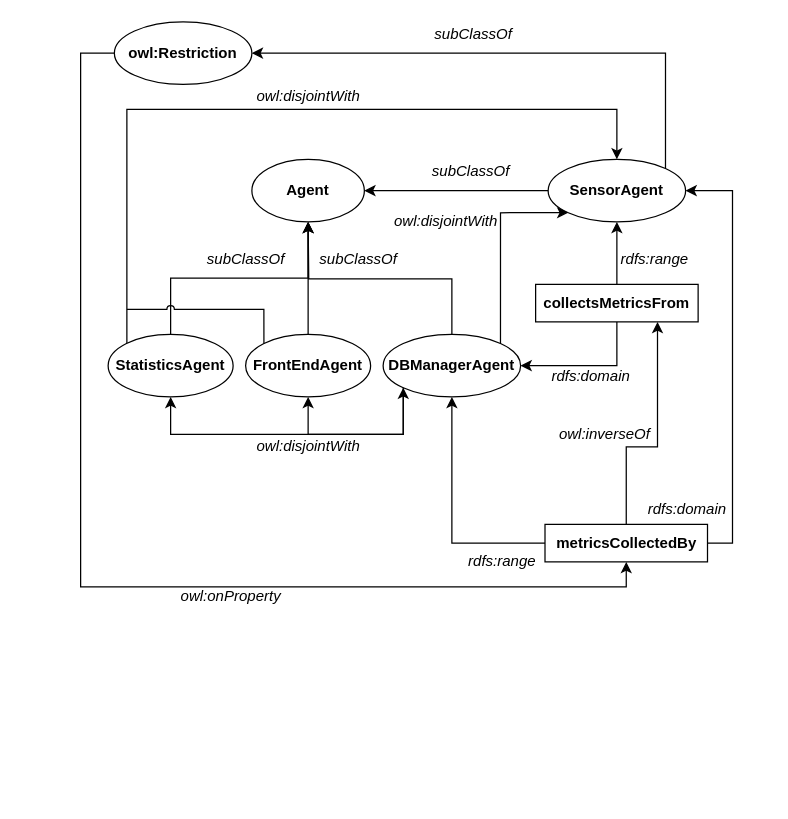
The draw.io diagram page "owl-mas" (8 of 8) of doc/Untitled Diagram.drawio in paganellif/ws-project-paganelli-2021, before the edit. Source tidied: cells renumbered, new cells numbered last; positions are measured from the earlier drawing's top-left corner, leaving out a move shared by most shapes. Both pictures are drawn from the tidied source at 125%, with x=0, y=0 at pixel (80, 21).
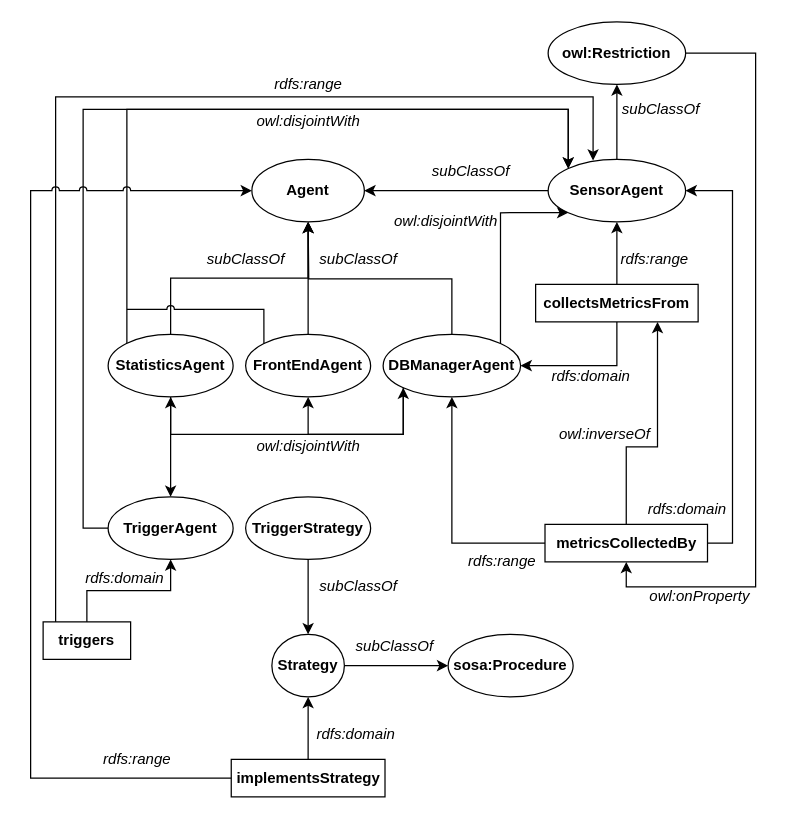
After the change.

The change refers to these unchanged cells:
```xml
<mxCell id="3" value="Agent" style="ellipse;whiteSpace=wrap;html=1;fontStyle=1;" parent="1" vertex="1">
  <mxGeometry x="137" y="110" width="90" height="50" as="geometry" />
</mxCell>
<mxCell id="9" value="StatisticsAgent" style="ellipse;whiteSpace=wrap;html=1;fontStyle=1;" parent="1" vertex="1">
  <mxGeometry x="22" y="250" width="100" height="50" as="geometry" />
</mxCell>
<mxCell id="13" value="SensorAgent" style="ellipse;whiteSpace=wrap;html=1;fontStyle=1;" parent="1" vertex="1">
  <mxGeometry x="374" y="110" width="110" height="50" as="geometry" />
</mxCell>
<mxCell id="24" value="metricsCollectedBy" style="rounded=0;whiteSpace=wrap;html=1;fontStyle=1;" parent="1" vertex="1">
  <mxGeometry x="371.5" y="402" width="130" height="30" as="geometry" />
</mxCell>
```

Diff of the diagram source:
```diff
@@
-    <mxCell id="31" style="edgeStyle=orthogonalEdgeStyle;rounded=0;jettySize=auto;html=1;entryX=0.5;entryY=0;entryDx=0;entryDy=0;" parent="1" edge="1" target="13">
+    <mxCell id="31" style="edgeStyle=orthogonalEdgeStyle;rounded=0;jettySize=auto;html=1;entryX=0;entryY=0;entryDx=0;entryDy=0;" parent="1" edge="1" target="13">
       <mxGeometry relative="1" as="geometry">
         <mxPoint x="37" y="257" as="sourcePoint" />
         <Array as="points">
           <mxPoint x="37" y="70" />
-          <mxPoint x="429" y="70" />
+          <mxPoint x="390" y="70" />
         </Array>
       </mxGeometry>
     </mxCell>
     <mxCell id="32" value="&lt;i&gt;owl:disjointWith&lt;/i&gt;" style="text;html=1;align=center;verticalAlign=middle;strokeColor=none;" parent="1" vertex="1">
-      <mxGeometry x="132" y="50" width="100" height="20" as="geometry" />
+      <mxGeometry x="132" y="70" width="100" height="20" as="geometry" />
     </mxCell>
@@
     <mxCell id="34" style="edgeStyle=orthogonalEdgeStyle;rounded=0;jumpStyle=arc;jettySize=auto;html=1;startArrow=classic;startFill=1;endArrow=none;endFill=0;exitX=0.5;exitY=1;exitDx=0;exitDy=0;entryX=0;entryY=0.5;entryDx=0;entryDy=0;" parent="1" edge="1" source="24" target="35">
       <mxGeometry relative="1" as="geometry">
         <Array as="points">
           <mxPoint x="437" y="452" />
-          <mxPoint y="452" />
-          <mxPoint y="25" />
+          <mxPoint x="540" y="452" />
+          <mxPoint x="540" y="25" />
         </Array>
       </mxGeometry>
     </mxCell>
     <mxCell id="35" value="owl:Restriction" style="ellipse;whiteSpace=wrap;html=1;fontStyle=1;" parent="1" vertex="1">
-      <mxGeometry x="27" width="110" height="50" as="geometry" />
+      <mxGeometry x="374" width="110" height="50" as="geometry" />
     </mxCell>
-    <mxCell id="36" style="edgeStyle=orthogonalEdgeStyle;rounded=0;jettySize=auto;html=1;exitX=1;exitY=0;exitDx=0;exitDy=0;entryX=1;entryY=0.5;entryDx=0;entryDy=0;" parent="1" edge="1" source="13" target="35">
-      <mxGeometry relative="1" as="geometry">
-        <Array as="points">
-          <mxPoint x="468" y="25" />
-        </Array>
-      </mxGeometry>
+    <mxCell id="36" style="edgeStyle=orthogonalEdgeStyle;rounded=0;jettySize=auto;html=1;exitX=0.5;exitY=0;exitDx=0;exitDy=0;entryX=0.5;entryY=1;entryDx=0;entryDy=0;" parent="1" edge="1" source="13" target="35">
+      <mxGeometry relative="1" as="geometry" />
     </mxCell>
     <mxCell id="37" value="&lt;i&gt;subClassOf&lt;/i&gt;" style="text;html=1;align=center;verticalAlign=middle;strokeColor=none;" parent="1" vertex="1">
-      <mxGeometry x="274" width="80" height="20" as="geometry" />
+      <mxGeometry x="424" y="60" width="80" height="20" as="geometry" />
     </mxCell>
     <mxCell id="38" value="&lt;i&gt;owl:onProperty&lt;/i&gt;" style="text;html=1;align=center;verticalAlign=middle;strokeColor=none;" parent="1" vertex="1">
-      <mxGeometry x="70" y="450" width="100" height="20" as="geometry" />
+      <mxGeometry x="444.5" y="450" width="100" height="20" as="geometry" />
     </mxCell>
+    <mxCell id="39" style="edgeStyle=orthogonalEdgeStyle;rounded=0;jumpStyle=arc;jettySize=auto;html=1;startArrow=classic;startFill=1;endArrow=none;endFill=0;" parent="1" edge="1" source="41" target="9">
+      <mxGeometry relative="1" as="geometry" />
+    </mxCell>
+    <mxCell id="40" style="edgeStyle=orthogonalEdgeStyle;rounded=0;jumpStyle=arc;jettySize=auto;html=1;startArrow=classic;startFill=1;endArrow=none;endFill=0;entryX=0;entryY=0.5;entryDx=0;entryDy=0;exitX=0;exitY=0;exitDx=0;exitDy=0;" parent="1" edge="1" source="13" target="41">
+      <mxGeometry relative="1" as="geometry">
+        <Array as="points">
+          <mxPoint x="390" y="70" />
+          <mxPoint x="2" y="70" />
+          <mxPoint x="2" y="405" />
+        </Array>
+      </mxGeometry>
+    </mxCell>
+    <mxCell id="41" value="TriggerAgent" style="ellipse;whiteSpace=wrap;html=1;fontStyle=1;" parent="1" vertex="1">
+      <mxGeometry x="22" y="380" width="100" height="50" as="geometry" />
+    </mxCell>
+    <mxCell id="42" style="edgeStyle=orthogonalEdgeStyle;rounded=0;jumpStyle=arc;jettySize=auto;html=1;startArrow=classic;startFill=1;endArrow=none;endFill=0;" parent="1" edge="1" source="44" target="43">
+      <mxGeometry relative="1" as="geometry" />
+    </mxCell>
+    <mxCell id="43" value="Strategy" style="ellipse;whiteSpace=wrap;html=1;fontStyle=1;" parent="1" vertex="1">
+      <mxGeometry x="153" y="490" width="58" height="50" as="geometry" />
+    </mxCell>
+    <mxCell id="44" value="sosa:Procedure" style="ellipse;whiteSpace=wrap;html=1;fontStyle=1;" parent="1" vertex="1">
+      <mxGeometry x="294" y="490" width="100" height="50" as="geometry" />
+    </mxCell>
+    <mxCell id="45" value="&lt;i&gt;subClassOf&lt;/i&gt;" style="text;html=1;align=center;verticalAlign=middle;strokeColor=none;" parent="1" vertex="1">
+      <mxGeometry x="211" y="490" width="80" height="20" as="geometry" />
+    </mxCell>
+    <mxCell id="46" style="edgeStyle=orthogonalEdgeStyle;rounded=0;jumpStyle=arc;jettySize=auto;html=1;startArrow=classic;startFill=1;endArrow=none;endFill=0;" parent="1" edge="1" source="43" target="47">
+      <mxGeometry relative="1" as="geometry" />
+    </mxCell>
+    <mxCell id="47" value="TriggerStrategy" style="ellipse;whiteSpace=wrap;html=1;fontStyle=1;" parent="1" vertex="1">
+      <mxGeometry x="132" y="380" width="100" height="50" as="geometry" />
+    </mxCell>
+    <mxCell id="48" value="&lt;i&gt;subClassOf&lt;/i&gt;" style="text;html=1;align=center;verticalAlign=middle;strokeColor=none;" parent="1" vertex="1">
+      <mxGeometry x="182" y="442" width="80" height="20" as="geometry" />
+    </mxCell>
+    <mxCell id="49" style="edgeStyle=orthogonalEdgeStyle;rounded=0;jumpStyle=arc;jettySize=auto;html=1;startArrow=classic;startFill=1;endArrow=none;endFill=0;" parent="1" edge="1" source="41" target="51">
+      <mxGeometry relative="1" as="geometry" />
+    </mxCell>
+    <mxCell id="50" style="edgeStyle=orthogonalEdgeStyle;rounded=0;jumpStyle=arc;jettySize=auto;html=1;startArrow=classic;startFill=1;endArrow=none;endFill=0;exitX=0.327;exitY=0.02;exitDx=0;exitDy=0;exitPerimeter=0;" parent="1" edge="1" source="13" target="51">
+      <mxGeometry relative="1" as="geometry">
+        <Array as="points">
+          <mxPoint x="410" y="60" />
+          <mxPoint x="-20" y="60" />
+        </Array>
+      </mxGeometry>
+    </mxCell>
+    <mxCell id="51" value="triggers" style="rounded=0;whiteSpace=wrap;html=1;fontStyle=1;" parent="1" vertex="1">
+      <mxGeometry x="-30" y="480" width="70" height="30" as="geometry" />
+    </mxCell>
+    <mxCell id="52" value="&lt;i&gt;rdfs:range&lt;/i&gt;" style="text;html=1;align=center;verticalAlign=middle;strokeColor=none;" parent="1" vertex="1">
+      <mxGeometry x="147" y="40" width="70" height="20" as="geometry" />
+    </mxCell>
+    <mxCell id="53" value="&lt;i&gt;rdfs:domain&lt;/i&gt;" style="text;html=1;align=center;verticalAlign=middle;strokeColor=none;" parent="1" vertex="1">
+      <mxGeometry x="-5" y="435" width="80" height="20" as="geometry" />
+    </mxCell>
+    <mxCell id="54" style="edgeStyle=orthogonalEdgeStyle;rounded=0;jumpStyle=arc;jettySize=auto;html=1;startArrow=classic;startFill=1;endArrow=none;endFill=0;exitX=0.5;exitY=1;exitDx=0;exitDy=0;" parent="1" edge="1" source="43" target="55">
+      <mxGeometry relative="1" as="geometry" />
+    </mxCell>
+    <mxCell id="55" value="implementsStrategy" style="rounded=0;whiteSpace=wrap;html=1;fontStyle=1;" parent="1" vertex="1">
+      <mxGeometry x="120.5" y="590" width="123" height="30" as="geometry" />
+    </mxCell>
+    <mxCell id="56" value="&lt;i&gt;rdfs:domain&lt;/i&gt;" style="text;html=1;align=center;verticalAlign=middle;strokeColor=none;" parent="1" vertex="1">
+      <mxGeometry x="180" y="560" width="80" height="20" as="geometry" />
+    </mxCell>
+    <mxCell id="57" style="edgeStyle=orthogonalEdgeStyle;rounded=0;jumpStyle=arc;jettySize=auto;html=1;startArrow=classic;startFill=1;endArrow=none;endFill=0;exitX=0;exitY=0.5;exitDx=0;exitDy=0;entryX=0;entryY=0.5;entryDx=0;entryDy=0;" parent="1" edge="1" source="3" target="55">
+      <mxGeometry relative="1" as="geometry">
+        <Array as="points">
+          <mxPoint x="-40" y="135" />
+          <mxPoint x="-40" y="605" />
+        </Array>
+      </mxGeometry>
+    </mxCell>
+    <mxCell id="58" value="&lt;i&gt;rdfs:range&lt;/i&gt;" style="text;html=1;align=center;verticalAlign=middle;strokeColor=none;" parent="1" vertex="1">
+      <mxGeometry x="10" y="580" width="70" height="20" as="geometry" />
+    </mxCell>
```
